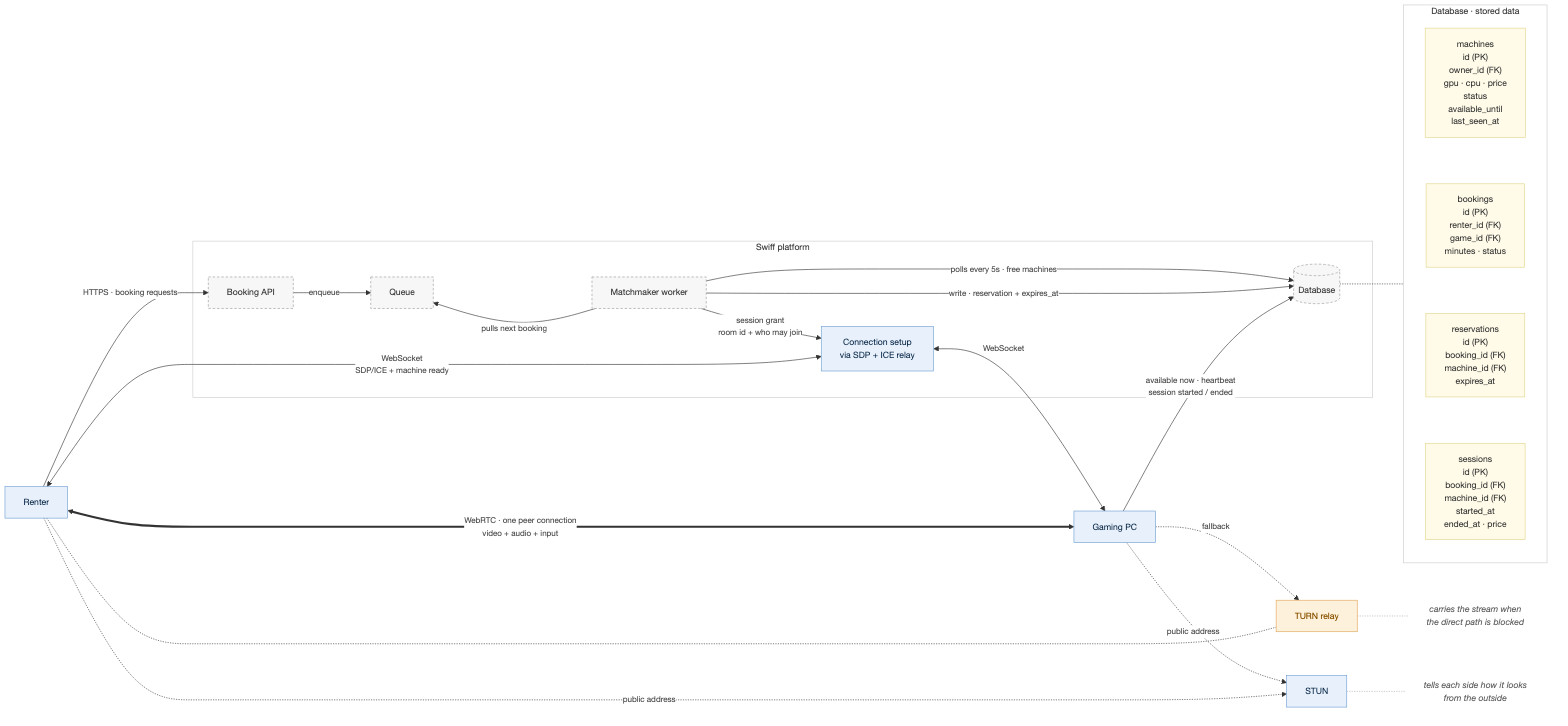
Before: docs/diagrams/system-architecture.png, a diagram exported from Mermaid (tomnotthomas/distributed_gaming). Its source is kept beside it as docs/diagrams/system-architecture.mmd.
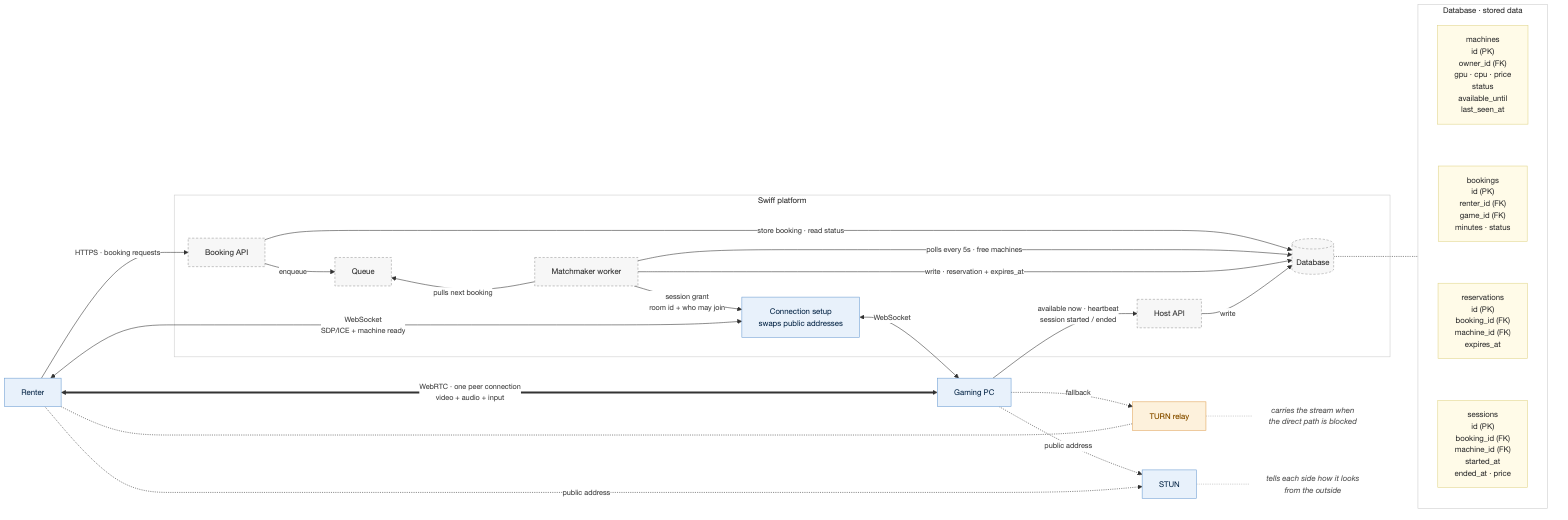
Later version of the same file.

Commit message:
docs(diagrams): route the gaming PC through a Host API, not straight into the database

The edit, as a diff of the source:
```diff
@@ -28,10 +28,11 @@
 
   subgraph Platform["Swiff platform"]
     API["Booking API"]
+    HAPI["Host API"]
     Q["Queue"]
     MM["Matchmaker worker"]
     DB[("Database")]
-    SIG["Connection setup<br/>via SDP + ICE relay"]
+    SIG["Connection setup<br/>swaps public addresses"]
   end
 
   subgraph Data["Database · stored data"]
@@ -46,6 +47,7 @@
 
   Renter -- "HTTPS · booking requests" --> API
   API -- "enqueue" --> Q
+  API -- "store booking · read status" --> DB
   Q ~~~ MM
   MM -- "pulls next booking" --> Q
   MM -- "polls every 5s · free machines" --> DB
@@ -53,7 +55,8 @@
   MM -- "session grant<br/>room id + who may join" --> SIG
   Renter <-- "WebSocket<br/>SDP/ICE + machine ready" --> SIG
   SIG <-- "WebSocket" --> PC
-  PC -- "available now · heartbeat<br/>session started / ended" --> DB
+  PC -- "available now · heartbeat<br/>session started / ended" --> HAPI
+  HAPI -- "write" --> DB
   Renter <== "WebRTC · one peer connection<br/>video + audio + input" ==> PC
   PC -. "fallback" .-> TURN
   Renter <-.- TURN
@@ -66,7 +69,7 @@
   classDef turn fill:#fdf1dc,stroke:#e0a458,color:#8a5300
   classDef note fill:none,stroke:none,color:#666,font-style:italic
   classDef table fill:#fffbe8,stroke:#e0d58a,color:#333
-  class API,Q,MM,DB platform
+  class API,HAPI,Q,MM,DB platform
   class Renter,PC,SIG,STUN endpoint
   class TURN turn
   class T1,T2,T3,T4 table
```
